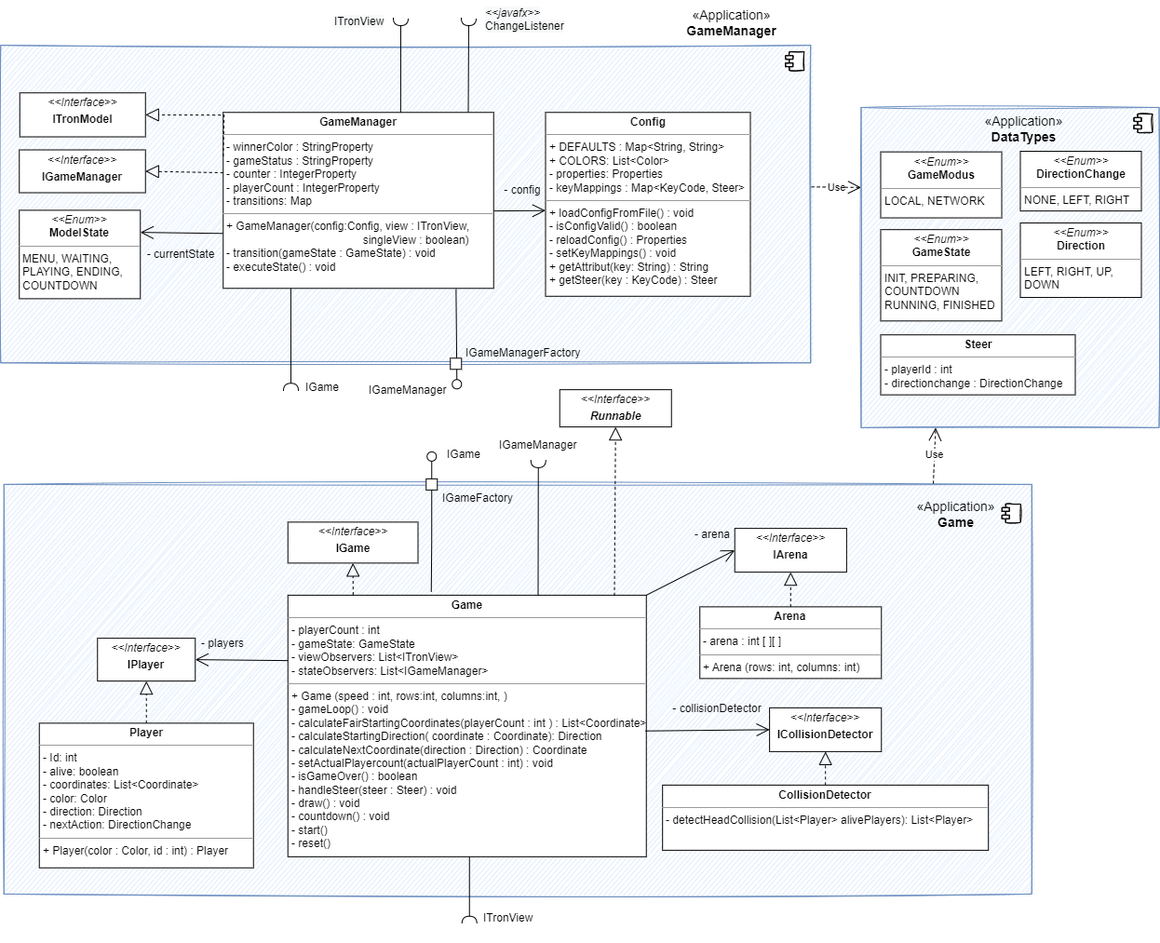
sckoenig/Distributed-Tron keeps this draw.io diagram as Dokumentation/App/diagrams/bs_layer3_model.png. Above is the earlier version. Source tidied: cells renumbered, new cells last; positions are measured from the earlier drawing's top-left corner, leaving out a move shared by most shapes.
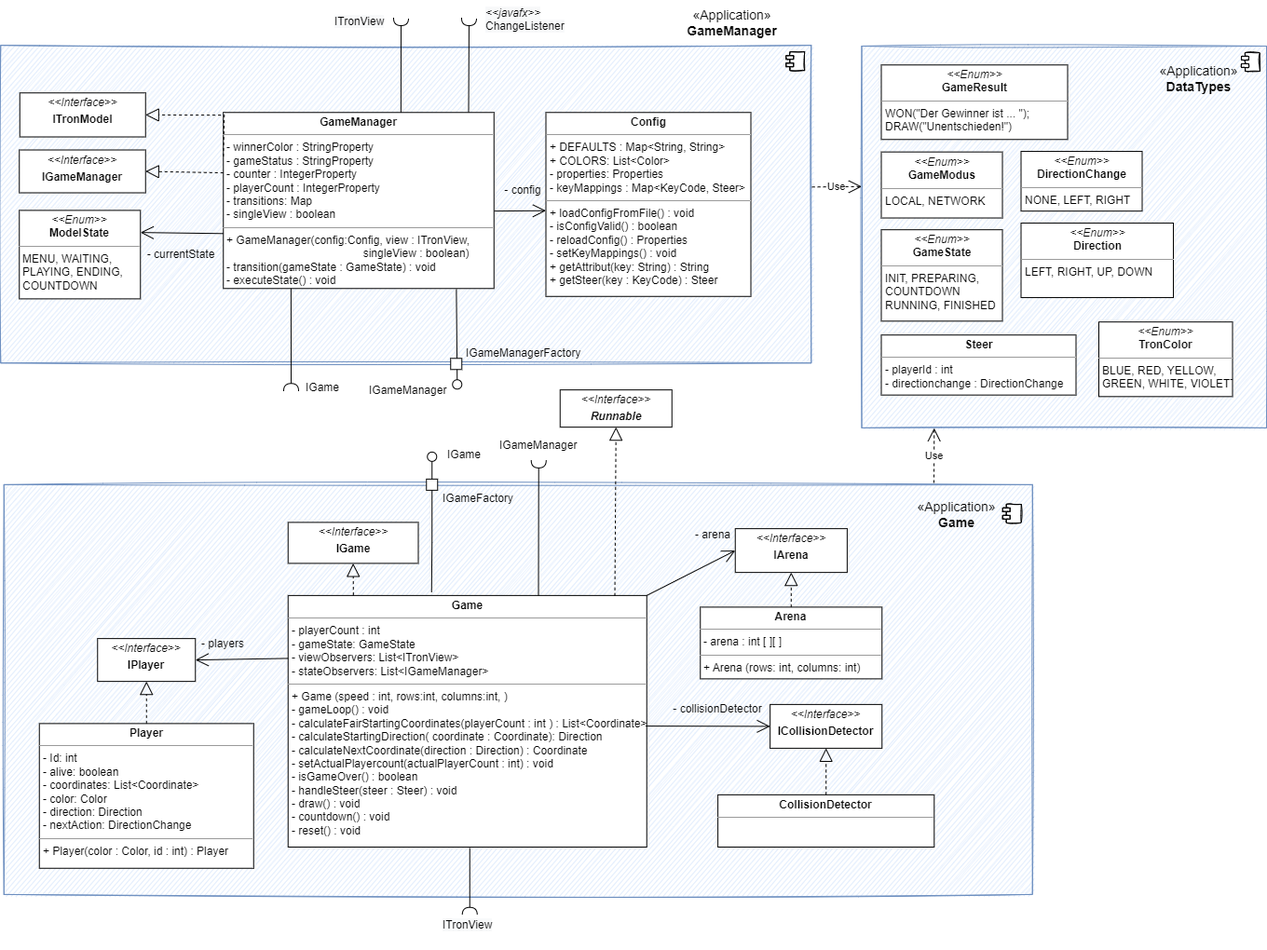
After the change.

What changed in the source:
```diff
@@ -21,3 +21,3 @@
     <mxCell id="6" style="html=1;sketch=1;fillColor=#dae8fc;strokeColor=#6c8ebf;" parent="1" vertex="1">
-      <mxGeometry x="924.5" y="114.9" width="320" height="344" as="geometry" />
+      <mxGeometry x="924.5" y="49" width="434.5" height="409.9" as="geometry" />
     </mxCell>
@@ -49,3 +49,3 @@
     </mxCell>
-    <mxCell id="14" value="&lt;p style=&quot;margin:0px;margin-top:4px;text-align:center;&quot;&gt;&lt;b&gt;GameManager&lt;/b&gt;&lt;/p&gt;&lt;hr size=&quot;1&quot;&gt;&lt;p style=&quot;margin:0px;margin-left:4px;&quot;&gt;- winnerColor : StringProperty&lt;br style=&quot;padding: 0px; margin: 0px;&quot;&gt;- gameStatus : StringProperty&lt;br&gt;&lt;/p&gt;&lt;p style=&quot;margin:0px;margin-left:4px;&quot;&gt;- counter : IntegerProperty&lt;/p&gt;&lt;p style=&quot;margin:0px;margin-left:4px;&quot;&gt;- playerCount : IntegerProperty&lt;/p&gt;&lt;p style=&quot;margin:0px;margin-left:4px;&quot;&gt;- transitions: Map&lt;/p&gt;&lt;hr size=&quot;1&quot;&gt;&lt;p style=&quot;margin:0px;margin-left:4px;&quot;&gt;+ GameManager(config:Config, view : ITronView,&amp;nbsp;&lt;/p&gt;&lt;p style=&quot;margin:0px;margin-left:4px;&quot;&gt;&amp;nbsp; &amp;nbsp; &amp;nbsp; &amp;nbsp; &amp;nbsp; &amp;nbsp; &amp;nbsp; &amp;nbsp; &amp;nbsp; &amp;nbsp; &amp;nbsp; &amp;nbsp; &amp;nbsp; &amp;nbsp; &amp;nbsp; &amp;nbsp; &amp;nbsp; &amp;nbsp; &amp;nbsp; &amp;nbsp; &amp;nbsp; &amp;nbsp; singleView : boolean)&lt;/p&gt;&lt;p style=&quot;margin:0px;margin-left:4px;&quot;&gt;- transition(gameState : GameState) : void&lt;/p&gt;&lt;p style=&quot;margin:0px;margin-left:4px;&quot;&gt;- executeState() : void&lt;/p&gt;&lt;p style=&quot;margin:0px;margin-left:4px;&quot;&gt;&lt;/p&gt;&lt;br&gt;&lt;div style=&quot;padding: 0px; margin: 0px;&quot;&gt;&lt;br style=&quot;padding: 0px; margin: 0px;&quot;&gt;&lt;/div&gt;&lt;div style=&quot;padding: 0px; margin: 0px;&quot;&gt;&lt;br style=&quot;padding: 0px; margin: 0px;&quot;&gt;&lt;/div&gt;" style="verticalAlign=top;align=left;overflow=fill;fontSize=12;fontFamily=Helvetica;html=1;sketch=0;fillColor=default;" parent="1" vertex="1">
+    <mxCell id="14" value="&lt;p style=&quot;margin:0px;margin-top:4px;text-align:center;&quot;&gt;&lt;b&gt;GameManager&lt;/b&gt;&lt;/p&gt;&lt;hr size=&quot;1&quot;&gt;&lt;p style=&quot;margin:0px;margin-left:4px;&quot;&gt;- winnerColor : StringProperty&lt;br style=&quot;padding: 0px; margin: 0px;&quot;&gt;- gameStatus : StringProperty&lt;br&gt;&lt;/p&gt;&lt;p style=&quot;margin:0px;margin-left:4px;&quot;&gt;- counter : IntegerProperty&lt;/p&gt;&lt;p style=&quot;margin:0px;margin-left:4px;&quot;&gt;- playerCount : IntegerProperty&lt;/p&gt;&lt;p style=&quot;margin:0px;margin-left:4px;&quot;&gt;- transitions: Map&lt;/p&gt;&lt;p style=&quot;margin:0px;margin-left:4px;&quot;&gt;- singleView : boolean&lt;/p&gt;&lt;hr size=&quot;1&quot;&gt;&lt;p style=&quot;margin:0px;margin-left:4px;&quot;&gt;+ GameManager(config:Config, view : ITronView,&amp;nbsp;&lt;/p&gt;&lt;p style=&quot;margin:0px;margin-left:4px;&quot;&gt;&amp;nbsp; &amp;nbsp; &amp;nbsp; &amp;nbsp; &amp;nbsp; &amp;nbsp; &amp;nbsp; &amp;nbsp; &amp;nbsp; &amp;nbsp; &amp;nbsp; &amp;nbsp; &amp;nbsp; &amp;nbsp; &amp;nbsp; &amp;nbsp; &amp;nbsp; &amp;nbsp; &amp;nbsp; &amp;nbsp; &amp;nbsp; &amp;nbsp; singleView : boolean)&lt;/p&gt;&lt;p style=&quot;margin:0px;margin-left:4px;&quot;&gt;- transition(gameState : GameState) : void&lt;/p&gt;&lt;p style=&quot;margin:0px;margin-left:4px;&quot;&gt;- executeState() : void&lt;/p&gt;&lt;p style=&quot;margin:0px;margin-left:4px;&quot;&gt;&lt;/p&gt;&lt;br&gt;&lt;div style=&quot;padding: 0px; margin: 0px;&quot;&gt;&lt;br style=&quot;padding: 0px; margin: 0px;&quot;&gt;&lt;/div&gt;&lt;div style=&quot;padding: 0px; margin: 0px;&quot;&gt;&lt;br style=&quot;padding: 0px; margin: 0px;&quot;&gt;&lt;/div&gt;" style="verticalAlign=top;align=left;overflow=fill;fontSize=12;fontFamily=Helvetica;html=1;sketch=0;fillColor=default;" parent="1" vertex="1">
       <mxGeometry x="239.2" y="120.3" width="290.5" height="189" as="geometry" />
@@ -89,4 +89,4 @@
     </mxCell>
-    <mxCell id="25" value="&lt;p style=&quot;margin:0px;margin-top:4px;text-align:center;&quot;&gt;&lt;b&gt;Game&lt;/b&gt;&lt;/p&gt;&lt;hr size=&quot;1&quot;&gt;&lt;p style=&quot;margin:0px;margin-left:4px;&quot;&gt;&lt;font style=&quot;font-size: 12px;&quot;&gt;- playerCount : int&lt;/font&gt;&lt;/p&gt;&lt;p style=&quot;margin:0px;margin-left:4px;&quot;&gt;&lt;font style=&quot;font-size: 12px;&quot;&gt;- gameState: GameState&lt;/font&gt;&lt;/p&gt;&lt;p style=&quot;margin:0px;margin-left:4px;&quot;&gt;&lt;font style=&quot;font-size: 12px;&quot;&gt;- viewObservers: List&amp;lt;ITronView&amp;gt;&lt;/font&gt;&lt;/p&gt;&lt;p style=&quot;margin:0px;margin-left:4px;&quot;&gt;&lt;font style=&quot;font-size: 12px;&quot;&gt;- stateObservers: List&amp;lt;IGameManager&amp;gt;&lt;/font&gt;&lt;/p&gt;&lt;hr size=&quot;1&quot;&gt;&lt;p style=&quot;margin: 0px 0px 0px 4px;&quot;&gt;+ Game (speed : int,&amp;nbsp;&lt;span style=&quot;background-color: initial;&quot;&gt;rows:int, columns:int,&lt;/span&gt;&lt;span style=&quot;background-color: initial;&quot;&gt;&amp;nbsp;&lt;/span&gt;&lt;span style=&quot;background-color: initial;&quot;&gt;)&lt;/span&gt;&lt;/p&gt;&lt;p style=&quot;margin:0px;margin-left:4px;&quot;&gt;- gameLoop() : void&lt;br style=&quot;padding: 0px; margin: 0px;&quot;&gt;- calculateFairStartingCoordinates(playerCount : int ) : List&amp;lt;Coordinate&amp;gt;&lt;/p&gt;&lt;p style=&quot;margin:0px;margin-left:4px;&quot;&gt;- calculateStartingDirection( coordinate : Coordinate): Direction&lt;/p&gt;&lt;p style=&quot;margin:0px;margin-left:4px;&quot;&gt;- calculateNextCoordinate(direction : Direction) : Coordinate&lt;br style=&quot;padding: 0px; margin: 0px;&quot;&gt;- setActualPlayercount(actualPlayerCount : int) : void&lt;br style=&quot;padding: 0px; margin: 0px;&quot;&gt;- isGameOver() : boolean&lt;br style=&quot;padding: 0px; margin: 0px;&quot;&gt;- handleSteer(steer : Steer) : void&lt;br style=&quot;padding: 0px; margin: 0px;&quot;&gt;- draw() : void&lt;br&gt;&lt;/p&gt;&lt;p style=&quot;margin:0px;margin-left:4px;&quot;&gt;- countdown() : void&lt;br style=&quot;padding: 0px; margin: 0px;&quot;&gt;&lt;/p&gt;&lt;p style=&quot;margin:0px;margin-left:4px;&quot;&gt;- start()&lt;/p&gt;&lt;p style=&quot;margin:0px;margin-left:4px;&quot;&gt;- reset()&lt;/p&gt;&lt;p style=&quot;margin:0px;margin-left:4px;&quot;&gt;&lt;br&gt;&lt;/p&gt;&lt;div style=&quot;padding: 0px; margin: 0px;&quot;&gt;&lt;br style=&quot;padding: 0px; margin: 0px;&quot;&gt;&lt;/div&gt;" style="verticalAlign=top;align=left;overflow=fill;fontSize=12;fontFamily=Helvetica;html=1;sketch=0;fillColor=default;" parent="1" vertex="1">
-      <mxGeometry x="308.8" y="638.9" width="385" height="281" as="geometry" />
+    <mxCell id="25" value="&lt;p style=&quot;margin:0px;margin-top:4px;text-align:center;&quot;&gt;&lt;b&gt;Game&lt;/b&gt;&lt;/p&gt;&lt;hr size=&quot;1&quot;&gt;&lt;p style=&quot;margin:0px;margin-left:4px;&quot;&gt;&lt;font style=&quot;font-size: 12px;&quot;&gt;- playerCount : int&lt;/font&gt;&lt;/p&gt;&lt;p style=&quot;margin:0px;margin-left:4px;&quot;&gt;&lt;font style=&quot;font-size: 12px;&quot;&gt;- gameState: GameState&lt;/font&gt;&lt;/p&gt;&lt;p style=&quot;margin:0px;margin-left:4px;&quot;&gt;&lt;font style=&quot;font-size: 12px;&quot;&gt;- viewObservers: List&amp;lt;ITronView&amp;gt;&lt;/font&gt;&lt;/p&gt;&lt;p style=&quot;margin:0px;margin-left:4px;&quot;&gt;&lt;font style=&quot;font-size: 12px;&quot;&gt;- stateObservers: List&amp;lt;IGameManager&amp;gt;&lt;/font&gt;&lt;/p&gt;&lt;hr size=&quot;1&quot;&gt;&lt;p style=&quot;margin: 0px 0px 0px 4px;&quot;&gt;+ Game (speed : int,&amp;nbsp;&lt;span style=&quot;background-color: initial;&quot;&gt;rows:int, columns:int,&lt;/span&gt;&lt;span style=&quot;background-color: initial;&quot;&gt;&amp;nbsp;&lt;/span&gt;&lt;span style=&quot;background-color: initial;&quot;&gt;)&lt;/span&gt;&lt;/p&gt;&lt;p style=&quot;margin:0px;margin-left:4px;&quot;&gt;- gameLoop() : void&lt;br style=&quot;padding: 0px; margin: 0px;&quot;&gt;- calculateFairStartingCoordinates(playerCount : int ) : List&amp;lt;Coordinate&amp;gt;&lt;/p&gt;&lt;p style=&quot;margin:0px;margin-left:4px;&quot;&gt;- calculateStartingDirection( coordinate : Coordinate): Direction&lt;/p&gt;&lt;p style=&quot;margin:0px;margin-left:4px;&quot;&gt;- calculateNextCoordinate(direction : Direction) : Coordinate&lt;br style=&quot;padding: 0px; margin: 0px;&quot;&gt;- setActualPlayercount(actualPlayerCount : int) : void&lt;br style=&quot;padding: 0px; margin: 0px;&quot;&gt;- isGameOver() : boolean&lt;br style=&quot;padding: 0px; margin: 0px;&quot;&gt;- handleSteer(steer : Steer) : void&lt;br style=&quot;padding: 0px; margin: 0px;&quot;&gt;- draw() : void&lt;br&gt;&lt;/p&gt;&lt;p style=&quot;margin:0px;margin-left:4px;&quot;&gt;- countdown() : void&lt;/p&gt;&lt;p style=&quot;margin:0px;margin-left:4px;&quot;&gt;- reset() : void&lt;/p&gt;&lt;p style=&quot;margin:0px;margin-left:4px;&quot;&gt;&lt;br&gt;&lt;/p&gt;&lt;div style=&quot;padding: 0px; margin: 0px;&quot;&gt;&lt;br style=&quot;padding: 0px; margin: 0px;&quot;&gt;&lt;/div&gt;" style="verticalAlign=top;align=left;overflow=fill;fontSize=12;fontFamily=Helvetica;html=1;sketch=0;fillColor=default;" parent="1" vertex="1">
+      <mxGeometry x="308.8" y="638.9" width="385" height="270.1" as="geometry" />
     </mxCell>
@@ -144,4 +144,4 @@
     </mxCell>
-    <mxCell id="41" value="&lt;p style=&quot;margin:0px;margin-top:4px;text-align:center;&quot;&gt;&lt;i&gt;&amp;lt;&amp;lt;Enum&amp;gt;&amp;gt;&lt;/i&gt;&lt;br&gt;&lt;b&gt;Direction&lt;/b&gt;&lt;/p&gt;&lt;hr size=&quot;1&quot;&gt;&lt;p style=&quot;margin:0px;margin-left:4px;&quot;&gt;LEFT, RIGHT, UP,&amp;nbsp;&lt;/p&gt;&lt;p style=&quot;margin:0px;margin-left:4px;&quot;&gt;DOWN&lt;/p&gt;" style="verticalAlign=top;align=left;overflow=fill;fontSize=12;fontFamily=Helvetica;html=1;" parent="1" vertex="1">
-      <mxGeometry x="1095.5" y="239" width="130" height="80" as="geometry" />
+    <mxCell id="41" value="&lt;p style=&quot;margin:0px;margin-top:4px;text-align:center;&quot;&gt;&lt;i&gt;&amp;lt;&amp;lt;Enum&amp;gt;&amp;gt;&lt;/i&gt;&lt;br&gt;&lt;b&gt;Direction&lt;/b&gt;&lt;/p&gt;&lt;hr size=&quot;1&quot;&gt;&lt;p style=&quot;margin:0px;margin-left:4px;&quot;&gt;LEFT, RIGHT, UP,&amp;nbsp;&lt;span style=&quot;background-color: initial;&quot;&gt;DOWN&lt;/span&gt;&lt;/p&gt;" style="verticalAlign=top;align=left;overflow=fill;fontSize=12;fontFamily=Helvetica;html=1;" parent="1" vertex="1">
+      <mxGeometry x="1095.5" y="239" width="163.5" height="80" as="geometry" />
     </mxCell>
@@ -161,8 +161,9 @@
     </mxCell>
-    <mxCell id="46" value="Use" style="endArrow=open;endSize=12;dashed=1;html=1;rounded=0;sketch=0;entryX=0.25;entryY=1;entryDx=0;entryDy=0;" parent="1" edge="1" target="6">
+    <mxCell id="46" value="Use" style="endArrow=open;endSize=12;dashed=1;html=1;rounded=0;sketch=0;entryX=0.179;entryY=1.003;entryDx=0;entryDy=0;entryPerimeter=0;" parent="1" edge="1">
       <mxGeometry relative="1" as="geometry">
-        <mxPoint x="1002" y="519" as="sourcePoint" />
+        <mxPoint x="1002" y="518" as="sourcePoint" />
+        <mxPoint x="1002.3" y="459.1" as="targetPoint" />
       </mxGeometry>
     </mxCell>
-    <mxCell id="47" value="Use" style="endArrow=open;endSize=12;dashed=1;html=1;rounded=0;sketch=0;entryX=0;entryY=0.25;entryDx=0;entryDy=0;exitX=1.001;exitY=0.446;exitDx=0;exitDy=0;exitPerimeter=0;" parent="1" edge="1" source="2" target="6">
+    <mxCell id="47" value="Use" style="endArrow=open;endSize=12;dashed=1;html=1;rounded=0;sketch=0;entryX=0;entryY=0.368;entryDx=0;entryDy=0;exitX=1.001;exitY=0.446;exitDx=0;exitDy=0;exitPerimeter=0;entryPerimeter=0;" parent="1" edge="1" source="2" target="6">
       <mxGeometry relative="1" as="geometry" />
@@ -176,3 +177,3 @@
     <mxCell id="50" value="&lt;font style=&quot;font-size: 14px;&quot;&gt;&lt;span style=&quot;&quot;&gt;«&lt;/span&gt;Application&lt;span style=&quot;&quot;&gt;»&lt;/span&gt;&lt;br style=&quot;&quot;&gt;&lt;b style=&quot;&quot;&gt;DataTypes&lt;/b&gt;&lt;/font&gt;" style="text;html=1;strokeColor=none;fillColor=none;align=center;verticalAlign=middle;whiteSpace=wrap;rounded=0;sketch=1;" parent="1" vertex="1">
-      <mxGeometry x="1071.8" y="122.9" width="55" height="30" as="geometry" />
+      <mxGeometry x="1259" y="69.3" width="55" height="30" as="geometry" />
     </mxCell>
@@ -196,4 +197,4 @@
     </mxCell>
-    <mxCell id="56" value="&lt;p style=&quot;margin:0px;margin-top:4px;text-align:center;&quot;&gt;&lt;b&gt;CollisionDetector&lt;/b&gt;&lt;/p&gt;&lt;hr size=&quot;1&quot;&gt;&lt;p style=&quot;margin: 0px 0px 0px 4px;&quot;&gt;- detectHeadCollision(List&amp;lt;Player&amp;gt; alivePlayers): List&amp;lt;Player&amp;gt;&lt;br&gt;&lt;/p&gt;&amp;nbsp;&lt;br&gt;&lt;p style=&quot;margin:0px;margin-left:4px;&quot;&gt;&lt;/p&gt;&lt;div style=&quot;padding: 0px; margin: 0px;&quot;&gt;&lt;br style=&quot;padding: 0px; margin: 0px;&quot;&gt;&lt;/div&gt;&lt;div style=&quot;padding: 0px; margin: 0px;&quot;&gt;&lt;br style=&quot;padding: 0px; margin: 0px;&quot;&gt;&lt;/div&gt;" style="verticalAlign=top;align=left;overflow=fill;fontSize=12;fontFamily=Helvetica;html=1;sketch=0;fillColor=default;" parent="1" vertex="1">
-      <mxGeometry x="711.2" y="842.9" width="350" height="70" as="geometry" />
+    <mxCell id="56" value="&lt;p style=&quot;margin:0px;margin-top:4px;text-align:center;&quot;&gt;&lt;b&gt;CollisionDetector&lt;/b&gt;&lt;/p&gt;&lt;hr size=&quot;1&quot;&gt;&lt;p style=&quot;margin: 0px 0px 0px 4px;&quot;&gt;&lt;br&gt;&lt;/p&gt;&amp;nbsp;&lt;br&gt;&lt;p style=&quot;margin:0px;margin-left:4px;&quot;&gt;&lt;/p&gt;&lt;div style=&quot;padding: 0px; margin: 0px;&quot;&gt;&lt;br style=&quot;padding: 0px; margin: 0px;&quot;&gt;&lt;/div&gt;&lt;div style=&quot;padding: 0px; margin: 0px;&quot;&gt;&lt;br style=&quot;padding: 0px; margin: 0px;&quot;&gt;&lt;/div&gt;" style="verticalAlign=top;align=left;overflow=fill;fontSize=12;fontFamily=Helvetica;html=1;sketch=0;fillColor=default;" parent="1" vertex="1">
+      <mxGeometry x="770.1" y="852.9" width="232.2" height="56.1" as="geometry" />
     </mxCell>
@@ -202,3 +203,3 @@
     </mxCell>
-    <mxCell id="58" style="edgeStyle=orthogonalEdgeStyle;rounded=0;jettySize=auto;html=1;exitX=0.5;exitY=1;exitDx=0;exitDy=0;entryX=0.4;entryY=-0.013;entryDx=0;entryDy=0;entryPerimeter=0;endArrow=none;endFill=0;" parent="1" edge="1" source="68" target="25">
+    <mxCell id="58" style="edgeStyle=orthogonalEdgeStyle;rounded=0;jettySize=auto;html=1;exitX=0.5;exitY=1;exitDx=0;exitDy=0;entryX=0.4;entryY=-0.013;entryDx=0;entryDy=0;entryPerimeter=0;endArrow=none;endFill=0;" parent="1" edge="1" source="67" target="25">
       <mxGeometry relative="1" as="geometry" />
@@ -215,3 +216,3 @@
     <mxCell id="62" value="&lt;p style=&quot;margin:0px;margin-top:4px;text-align:center;&quot;&gt;&lt;i&gt;&amp;lt;&amp;lt;Interface&lt;/i&gt;&lt;i style=&quot;background-color: initial;&quot;&gt;&amp;gt;&amp;gt;&lt;/i&gt;&lt;/p&gt;&lt;p style=&quot;margin:0px;margin-top:4px;text-align:center;&quot;&gt;&lt;b&gt;ICollisionDetector&lt;/b&gt;&lt;/p&gt;&lt;p style=&quot;margin: 0px 0px 0px 4px;&quot;&gt;&lt;br&gt;&lt;/p&gt;" style="verticalAlign=top;align=left;overflow=fill;fontSize=12;fontFamily=Helvetica;html=1;" parent="1" vertex="1">
-      <mxGeometry x="826.1" y="759.9" width="120.1" height="47" as="geometry" />
+      <mxGeometry x="826.1" y="755.9" width="120.1" height="47" as="geometry" />
     </mxCell>
@@ -222,21 +223,27 @@
       <mxGeometry relative="1" as="geometry">
-        <mxPoint x="503.8" y="919.9" as="sourcePoint" />
-        <mxPoint x="503.8" y="991.8" as="targetPoint" />
+        <mxPoint x="503.8" y="909.9" as="sourcePoint" />
+        <mxPoint x="503.8" y="981.8" as="targetPoint" />
       </mxGeometry>
     </mxCell>
-    <mxCell id="65" value="&lt;div style=&quot;text-align: center;&quot;&gt;ITronView&lt;/div&gt;" style="text;whiteSpace=wrap;html=1;" parent="1" vertex="1">
-      <mxGeometry x="516.8" y="971.8" width="70" height="40" as="geometry" />
+    <mxCell id="65" value="&lt;div style=&quot;text-align: center;&quot;&gt;IGame&lt;/div&gt;" style="text;whiteSpace=wrap;html=1;" parent="1" vertex="1">
+      <mxGeometry x="326" y="401.8" width="70" height="40" as="geometry" />
     </mxCell>
-    <mxCell id="66" value="&lt;div style=&quot;text-align: center;&quot;&gt;IGame&lt;/div&gt;" style="text;whiteSpace=wrap;html=1;" parent="1" vertex="1">
-      <mxGeometry x="326" y="401.8" width="70" height="40" as="geometry" />
+    <mxCell id="66" style="whiteSpace=wrap;html=1;" parent="1" vertex="1">
+      <mxGeometry x="483.2" y="384.3" width="12" height="12" as="geometry" />
     </mxCell>
     <mxCell id="67" style="whiteSpace=wrap;html=1;" parent="1" vertex="1">
-      <mxGeometry x="483.2" y="384.3" width="12" height="12" as="geometry" />
+      <mxGeometry x="457.2" y="513.9" width="12" height="12" as="geometry" />
     </mxCell>
-    <mxCell id="68" style="whiteSpace=wrap;html=1;" parent="1" vertex="1">
-      <mxGeometry x="457.2" y="513.9" width="12" height="12" as="geometry" />
+    <mxCell id="68" value="&lt;p style=&quot;margin:0px;margin-top:4px;text-align:center;&quot;&gt;&lt;i&gt;&amp;lt;&amp;lt;Enum&amp;gt;&amp;gt;&lt;/i&gt;&lt;br&gt;&lt;b&gt;GameModus&lt;/b&gt;&lt;/p&gt;&lt;hr size=&quot;1&quot;&gt;&lt;p style=&quot;margin:0px;margin-left:4px;&quot;&gt;LOCAL, NETWORK&lt;/p&gt;" style="verticalAlign=top;align=left;overflow=fill;fontSize=12;fontFamily=Helvetica;html=1;" parent="1" vertex="1">
+      <mxGeometry x="945.5" y="162.7" width="130" height="70.9" as="geometry" />
     </mxCell>
-    <mxCell id="69" value="&lt;p style=&quot;margin:0px;margin-top:4px;text-align:center;&quot;&gt;&lt;i&gt;&amp;lt;&amp;lt;Enum&amp;gt;&amp;gt;&lt;/i&gt;&lt;br&gt;&lt;b&gt;GameModus&lt;/b&gt;&lt;/p&gt;&lt;hr size=&quot;1&quot;&gt;&lt;p style=&quot;margin:0px;margin-left:4px;&quot;&gt;LOCAL, NETWORK&lt;/p&gt;" style="verticalAlign=top;align=left;overflow=fill;fontSize=12;fontFamily=Helvetica;html=1;" parent="1" vertex="1">
-      <mxGeometry x="945.5" y="162.7" width="130" height="70.9" as="geometry" />
+    <mxCell id="69" value="&lt;p style=&quot;margin:0px;margin-top:4px;text-align:center;&quot;&gt;&lt;i&gt;&amp;lt;&amp;lt;Enum&amp;gt;&amp;gt;&lt;/i&gt;&lt;br&gt;&lt;b&gt;GameResult&lt;/b&gt;&lt;/p&gt;&lt;hr size=&quot;1&quot;&gt;&lt;p style=&quot;margin:0px;margin-left:4px;&quot;&gt;WON(&quot;Der Gewinner ist ... &quot;);&lt;/p&gt;&lt;p style=&quot;margin:0px;margin-left:4px;&quot;&gt;DRAW(&quot;Unentschieden!&quot;)&lt;/p&gt;" style="verticalAlign=top;align=left;overflow=fill;fontSize=12;fontFamily=Helvetica;html=1;" parent="1" vertex="1">
+      <mxGeometry x="945.5" y="69.3" width="200" height="80" as="geometry" />
     </mxCell>
+    <mxCell id="70" value="&lt;p style=&quot;margin:0px;margin-top:4px;text-align:center;&quot;&gt;&lt;i&gt;&amp;lt;&amp;lt;Enum&amp;gt;&amp;gt;&lt;/i&gt;&lt;br&gt;&lt;b&gt;TronColor&lt;/b&gt;&lt;/p&gt;&lt;hr size=&quot;1&quot;&gt;&lt;p style=&quot;margin:0px;margin-left:4px;&quot;&gt;BLUE, RED, YELLOW,&amp;nbsp;&lt;/p&gt;&lt;p style=&quot;margin:0px;margin-left:4px;&quot;&gt;GREEN, WHITE, VIOLETT&lt;/p&gt;" style="verticalAlign=top;align=left;overflow=fill;fontSize=12;fontFamily=Helvetica;html=1;" parent="1" vertex="1">
+      <mxGeometry x="1179" y="345.2" width="143.5" height="80.1" as="geometry" />
+    </mxCell>
+    <mxCell id="71" value="&lt;span style=&quot;color: rgb(0, 0, 0); font-family: Helvetica; font-size: 12px; font-style: normal; font-variant-ligatures: normal; font-variant-caps: normal; letter-spacing: normal; orphans: 2; text-align: center; text-indent: 0px; text-transform: none; widows: 2; word-spacing: 0px; -webkit-text-stroke-width: 0px; background-color: rgb(248, 249, 250); text-decoration-thickness: initial; text-decoration-style: initial; text-decoration-color: initial;&quot;&gt;ITronView&lt;/span&gt;" style="text;whiteSpace=wrap;html=1;" parent="1" vertex="1">
+      <mxGeometry x="472.8" y="979" width="70" height="40" as="geometry" />
+    </mxCell>
   </root>
```
